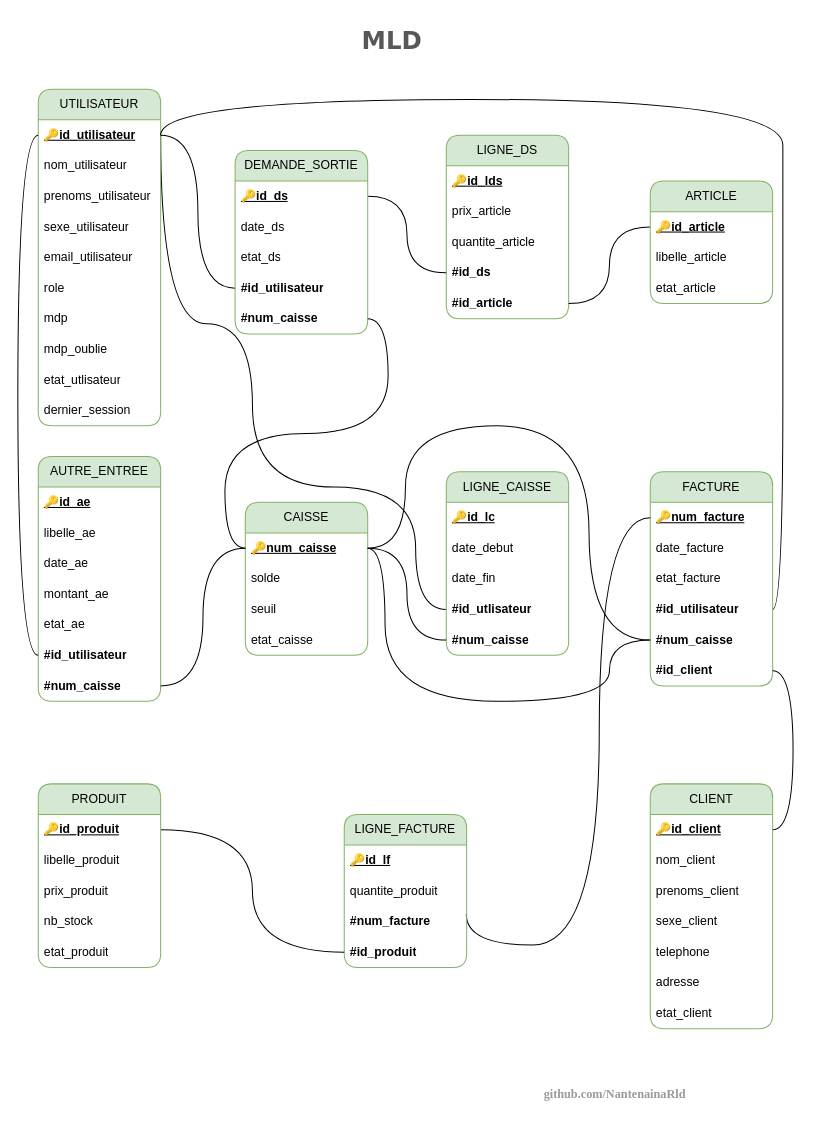
Before: page "Page-2" (3 of 5) of documents/flux_mcd_mld_mct_mot.drawio in NantenainaRld/www-faktiora-mg, a draw.io diagram. Source tidied: cells renumbered, new cells numbered last; positions are measured from the earlier drawing's top-left corner, leaving out a move shared by most shapes. Both pictures are drawn from the tidied source at 102%, with x=0, y=0 at pixel (38, 17).
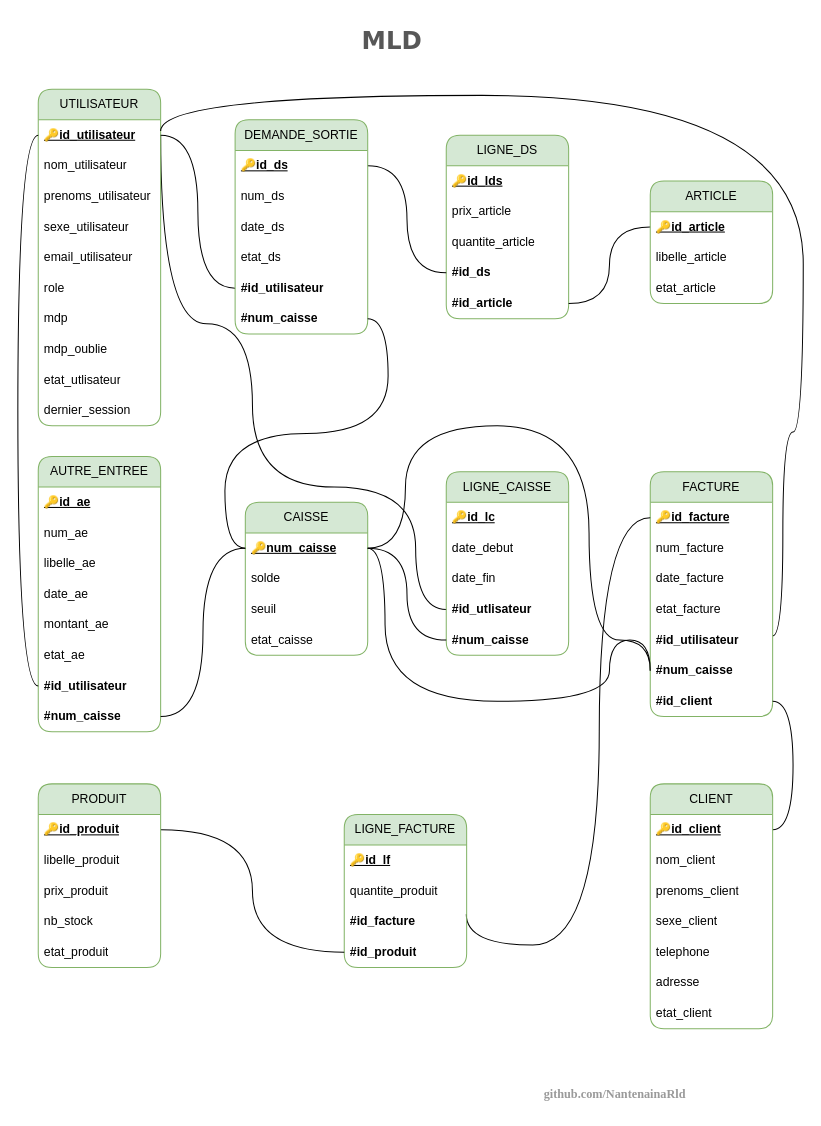
The same page after the edit.

Unchanged cells that the change refers to:
```xml
<mxCell id="4" value="&lt;b&gt;&lt;u&gt;🔑id_utilisateur&lt;/u&gt;&lt;/b&gt;" style="text;strokeColor=none;fillColor=none;align=left;verticalAlign=middle;spacingLeft=4;spacingRight=4;overflow=hidden;points=[[0,0.5],[1,0.5]];portConstraint=eastwest;whiteSpace=wrap;html=1;rounded=1;" parent="3" vertex="1">
  <mxGeometry y="30" width="120" height="30" as="geometry" />
</mxCell>
<mxCell id="59" value="LIGNE_FACTURE" style="swimlane;fontStyle=0;horizontal=1;startSize=30;whiteSpace=wrap;html=1;swimlaneFillColor=none;fillColor=#d5e8d4;strokeColor=#82b366;rounded=1;" parent="1" vertex="1">
  <mxGeometry x="300" y="781" width="120" height="150" as="geometry" />
</mxCell>
```

Change to the diagram source:
```diff
@@
     <mxCell id="26" value="AUTRE_ENTREE" style="swimlane;fontStyle=0;horizontal=1;startSize=30;whiteSpace=wrap;html=1;swimlaneFillColor=none;fillColor=#d5e8d4;strokeColor=#82b366;rounded=1;" parent="1" vertex="1">
-      <mxGeometry y="430" width="120" height="240" as="geometry" />
+      <mxGeometry y="430" width="120" height="270" as="geometry" />
     </mxCell>
@@
+    <mxCell id="90" value="num_ae" style="text;strokeColor=none;fillColor=none;align=left;verticalAlign=middle;spacingLeft=4;spacingRight=4;overflow=hidden;whiteSpace=wrap;html=1;rounded=1;" parent="26" vertex="1">
+      <mxGeometry y="60" width="120" height="30" as="geometry" />
+    </mxCell>
     <mxCell id="28" value="libelle_ae" style="text;strokeColor=none;fillColor=none;align=left;verticalAlign=middle;spacingLeft=4;spacingRight=4;overflow=hidden;whiteSpace=wrap;html=1;rounded=1;" parent="26" vertex="1">
-      <mxGeometry y="60" width="120" height="30" as="geometry" />
+      <mxGeometry y="90" width="120" height="30" as="geometry" />
     </mxCell>
     <mxCell id="29" value="date_ae" style="text;strokeColor=none;fillColor=none;align=left;verticalAlign=middle;spacingLeft=4;spacingRight=4;overflow=hidden;whiteSpace=wrap;html=1;rounded=1;" parent="26" vertex="1">
-      <mxGeometry y="90" width="120" height="30" as="geometry" />
+      <mxGeometry y="120" width="120" height="30" as="geometry" />
     </mxCell>
     <mxCell id="30" value="montant_ae" style="text;strokeColor=none;fillColor=none;align=left;verticalAlign=middle;spacingLeft=4;spacingRight=4;overflow=hidden;whiteSpace=wrap;html=1;rounded=1;" parent="26" vertex="1">
-      <mxGeometry y="120" width="120" height="30" as="geometry" />
+      <mxGeometry y="150" width="120" height="30" as="geometry" />
     </mxCell>
     <mxCell id="31" value="etat_ae" style="text;strokeColor=none;fillColor=none;align=left;verticalAlign=middle;spacingLeft=4;spacingRight=4;overflow=hidden;whiteSpace=wrap;html=1;rounded=1;" parent="26" vertex="1">
-      <mxGeometry y="150" width="120" height="30" as="geometry" />
+      <mxGeometry y="180" width="120" height="30" as="geometry" />
     </mxCell>
     <mxCell id="32" value="&lt;b&gt;#id_utilisateur&lt;/b&gt;" style="text;strokeColor=none;fillColor=none;align=left;verticalAlign=middle;spacingLeft=4;spacingRight=4;overflow=hidden;points=[[0,0.5],[1,0.5]];portConstraint=eastwest;whiteSpace=wrap;html=1;rounded=1;" parent="26" vertex="1">
-      <mxGeometry y="180" width="120" height="30" as="geometry" />
+      <mxGeometry y="210" width="120" height="30" as="geometry" />
     </mxCell>
     <mxCell id="33" value="&lt;b&gt;#num_caisse&lt;/b&gt;" style="text;strokeColor=none;fillColor=none;align=left;verticalAlign=middle;spacingLeft=4;spacingRight=4;overflow=hidden;points=[[0,0.5],[1,0.5]];portConstraint=eastwest;whiteSpace=wrap;html=1;rounded=1;" parent="26" vertex="1">
-      <mxGeometry y="210" width="120" height="30" as="geometry" />
+      <mxGeometry y="240" width="120" height="30" as="geometry" />
     </mxCell>
@@
-    <mxCell id="41" style="edgeStyle=orthogonalEdgeStyle;rounded=0;jettySize=auto;html=1;curved=1;endArrow=none;endFill=0;exitX=1;exitY=0.5;exitDx=0;exitDy=0;entryX=1;entryY=0.5;entryDx=0;entryDy=0;" parent="1" edge="1" source="46" target="4">
+    <mxCell id="41" style="edgeStyle=orthogonalEdgeStyle;rounded=0;orthogonalLoop=1;jettySize=auto;html=1;curved=1;endArrow=none;endFill=0;exitX=1;exitY=0.5;exitDx=0;exitDy=0;entryX=1;entryY=0.5;entryDx=0;entryDy=0;" parent="1" edge="1">
       <mxGeometry relative="1" as="geometry">
+        <mxPoint x="720" y="606" as="sourcePoint" />
+        <mxPoint x="120" y="111" as="targetPoint" />
         <Array as="points">
-          <mxPoint x="730" y="580" />
-          <mxPoint x="680" y="170" />
-          <mxPoint x="730" y="80" />
-          <mxPoint x="120" y="80" />
+          <mxPoint x="730" y="606" />
+          <mxPoint x="730" y="406" />
+          <mxPoint x="750" y="406" />
+          <mxPoint x="750" y="76" />
+          <mxPoint x="120" y="76" />
         </Array>
       </mxGeometry>
     </mxCell>
     <mxCell id="42" value="FACTURE" style="swimlane;fontStyle=0;horizontal=1;startSize=30;whiteSpace=wrap;html=1;swimlaneFillColor=none;fillColor=#d5e8d4;strokeColor=#82b366;rounded=1;" parent="1" vertex="1">
-      <mxGeometry x="600" y="445" width="120" height="210" as="geometry" />
+      <mxGeometry x="600" y="445" width="120" height="240" as="geometry" />
     </mxCell>
-    <mxCell id="43" value="&lt;b&gt;&lt;u&gt;🔑num_facture&lt;/u&gt;&lt;/b&gt;" style="text;strokeColor=none;fillColor=none;align=left;verticalAlign=middle;spacingLeft=4;spacingRight=4;overflow=hidden;points=[[0,0.5],[1,0.5]];portConstraint=eastwest;whiteSpace=wrap;html=1;rounded=1;" parent="42" vertex="1">
+    <mxCell id="43" value="&lt;b&gt;&lt;u&gt;🔑id_facture&lt;/u&gt;&lt;/b&gt;" style="text;strokeColor=none;fillColor=none;align=left;verticalAlign=middle;spacingLeft=4;spacingRight=4;overflow=hidden;points=[[0,0.5],[1,0.5]];portConstraint=eastwest;whiteSpace=wrap;html=1;rounded=1;" parent="42" vertex="1">
       <mxGeometry y="30" width="120" height="30" as="geometry" />
     </mxCell>
+    <mxCell id="91" value="num_facture" style="text;strokeColor=none;fillColor=none;align=left;verticalAlign=middle;spacingLeft=4;spacingRight=4;overflow=hidden;whiteSpace=wrap;html=1;rounded=1;" parent="42" vertex="1">
+      <mxGeometry y="60" width="120" height="30" as="geometry" />
+    </mxCell>
     <mxCell id="44" value="date_facture" style="text;strokeColor=none;fillColor=none;align=left;verticalAlign=middle;spacingLeft=4;spacingRight=4;overflow=hidden;whiteSpace=wrap;html=1;rounded=1;" parent="42" vertex="1">
-      <mxGeometry y="60" width="120" height="30" as="geometry" />
+      <mxGeometry y="90" width="120" height="30" as="geometry" />
     </mxCell>
     <mxCell id="45" value="etat_facture" style="text;strokeColor=none;fillColor=none;align=left;verticalAlign=middle;spacingLeft=4;spacingRight=4;overflow=hidden;whiteSpace=wrap;html=1;rounded=1;" parent="42" vertex="1">
-      <mxGeometry y="90" width="120" height="30" as="geometry" />
+      <mxGeometry y="120" width="120" height="30" as="geometry" />
     </mxCell>
     <mxCell id="46" value="&lt;b&gt;#id_utilisateur&lt;/b&gt;" style="text;strokeColor=none;fillColor=none;align=left;verticalAlign=middle;spacingLeft=4;spacingRight=4;overflow=hidden;points=[[0,0.5],[1,0.5]];portConstraint=eastwest;whiteSpace=wrap;html=1;rounded=1;" parent="42" vertex="1">
-      <mxGeometry y="120" width="120" height="30" as="geometry" />
+      <mxGeometry y="150" width="120" height="30" as="geometry" />
     </mxCell>
     <mxCell id="47" value="&lt;b&gt;#num_caisse&lt;/b&gt;" style="text;strokeColor=none;fillColor=none;align=left;verticalAlign=middle;spacingLeft=4;spacingRight=4;overflow=hidden;points=[[0,0.5],[1,0.5]];portConstraint=eastwest;whiteSpace=wrap;html=1;rounded=1;" parent="42" vertex="1">
-      <mxGeometry y="150" width="120" height="30" as="geometry" />
+      <mxGeometry y="180" width="120" height="30" as="geometry" />
     </mxCell>
     <mxCell id="48" value="&lt;b&gt;#id_client&lt;/b&gt;" style="text;strokeColor=none;fillColor=none;align=left;verticalAlign=middle;spacingLeft=4;spacingRight=4;overflow=hidden;points=[[0,0.5],[1,0.5]];portConstraint=eastwest;whiteSpace=wrap;html=1;rounded=1;" parent="42" vertex="1">
-      <mxGeometry y="180" width="120" height="30" as="geometry" />
+      <mxGeometry y="210" width="120" height="30" as="geometry" />
     </mxCell>
@@
-    <mxCell id="62" value="&lt;b&gt;#num_facture&lt;/b&gt;" style="text;strokeColor=none;fillColor=none;align=left;verticalAlign=middle;spacingLeft=4;spacingRight=4;overflow=hidden;points=[[0,0.5],[1,0.5]];portConstraint=eastwest;whiteSpace=wrap;html=1;rounded=1;" parent="59" vertex="1">
+    <mxCell id="62" value="&lt;b&gt;#id_facture&lt;/b&gt;" style="text;strokeColor=none;fillColor=none;align=left;verticalAlign=middle;spacingLeft=4;spacingRight=4;overflow=hidden;points=[[0,0.5],[1,0.5]];portConstraint=eastwest;whiteSpace=wrap;html=1;rounded=1;" parent="59" vertex="1">
       <mxGeometry y="90" width="120" height="30" as="geometry" />
     </mxCell>
@@
     <mxCell id="74" value="DEMANDE_SORTIE" style="swimlane;fontStyle=0;horizontal=1;startSize=30;whiteSpace=wrap;html=1;swimlaneFillColor=none;fillColor=#d5e8d4;strokeColor=#82b366;rounded=1;" parent="1" vertex="1">
-      <mxGeometry x="193" y="130" width="130" height="180" as="geometry" />
+      <mxGeometry x="193" y="100" width="130" height="210" as="geometry" />
     </mxCell>
@@
+    <mxCell id="92" value="num_ds" style="text;strokeColor=none;fillColor=none;align=left;verticalAlign=middle;spacingLeft=4;spacingRight=4;overflow=hidden;whiteSpace=wrap;html=1;rounded=1;" parent="74" vertex="1">
+      <mxGeometry y="60" width="130" height="30" as="geometry" />
+    </mxCell>
     <mxCell id="76" value="date_ds" style="text;strokeColor=none;fillColor=none;align=left;verticalAlign=middle;spacingLeft=4;spacingRight=4;overflow=hidden;whiteSpace=wrap;html=1;rounded=1;" parent="74" vertex="1">
-      <mxGeometry y="60" width="130" height="30" as="geometry" />
+      <mxGeometry y="90" width="130" height="30" as="geometry" />
     </mxCell>
     <mxCell id="77" value="etat_ds" style="text;strokeColor=none;fillColor=none;align=left;verticalAlign=middle;spacingLeft=4;spacingRight=4;overflow=hidden;whiteSpace=wrap;html=1;rounded=1;" parent="74" vertex="1">
-      <mxGeometry y="90" width="130" height="30" as="geometry" />
+      <mxGeometry y="120" width="130" height="30" as="geometry" />
     </mxCell>
     <mxCell id="78" value="&lt;b&gt;#id_utilisateur&lt;/b&gt;" style="text;strokeColor=none;fillColor=none;align=left;verticalAlign=middle;spacingLeft=4;spacingRight=4;overflow=hidden;points=[[0,0.5],[1,0.5]];portConstraint=eastwest;whiteSpace=wrap;html=1;rounded=1;" parent="74" vertex="1">
-      <mxGeometry y="120" width="130" height="30" as="geometry" />
+      <mxGeometry y="150" width="130" height="30" as="geometry" />
     </mxCell>
     <mxCell id="79" value="&lt;b&gt;#num_caisse&lt;/b&gt;" style="text;strokeColor=none;fillColor=none;align=left;verticalAlign=middle;spacingLeft=4;spacingRight=4;overflow=hidden;points=[[0,0.5],[1,0.5]];portConstraint=eastwest;whiteSpace=wrap;html=1;rounded=1;" parent="74" vertex="1">
-      <mxGeometry y="150" width="130" height="30" as="geometry" />
+      <mxGeometry y="180" width="130" height="30" as="geometry" />
     </mxCell>
```
